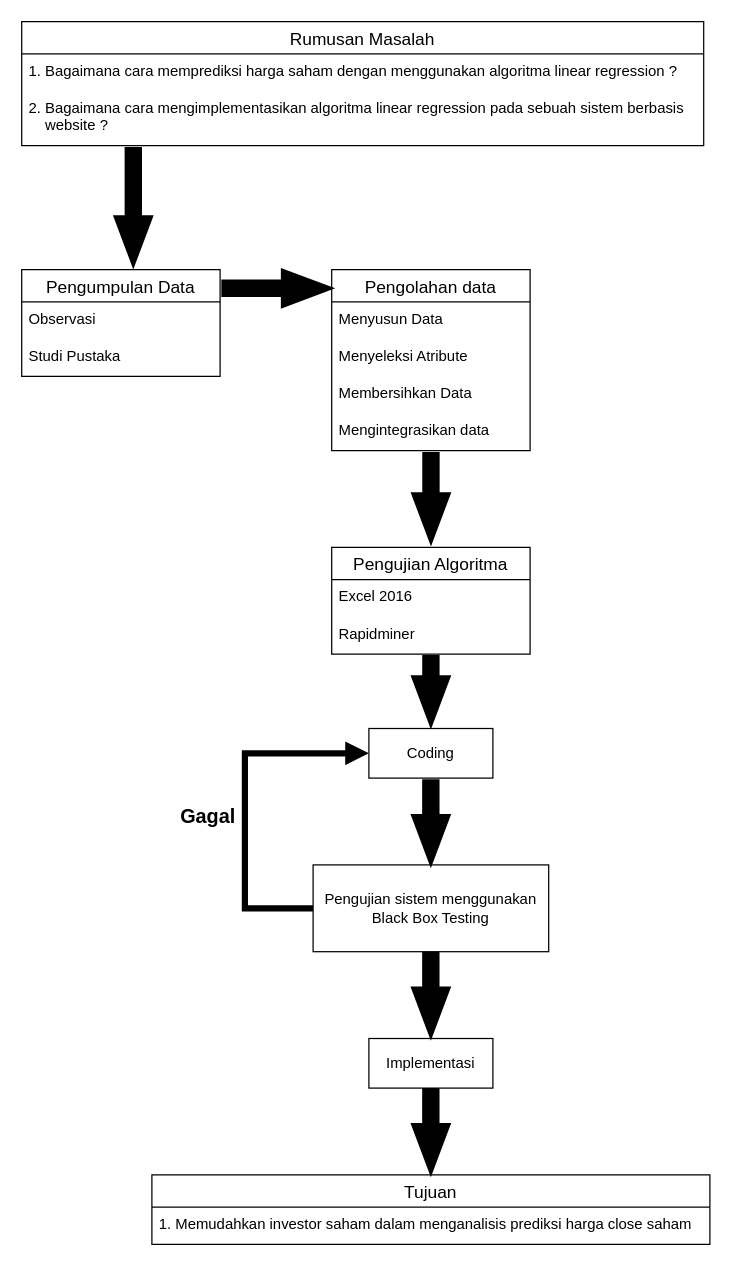
Earlier version of the draw.io diagram Untitled Diagram.drawio (andris0405/flowcharts-diagram). Source tidied: cells renumbered, new cells numbered last; positions are measured from the earlier drawing's top-left corner, leaving out a move shared by most shapes. Both pictures are drawn from the tidied source at 124%, with x=0, y=0 at pixel (21, 21).
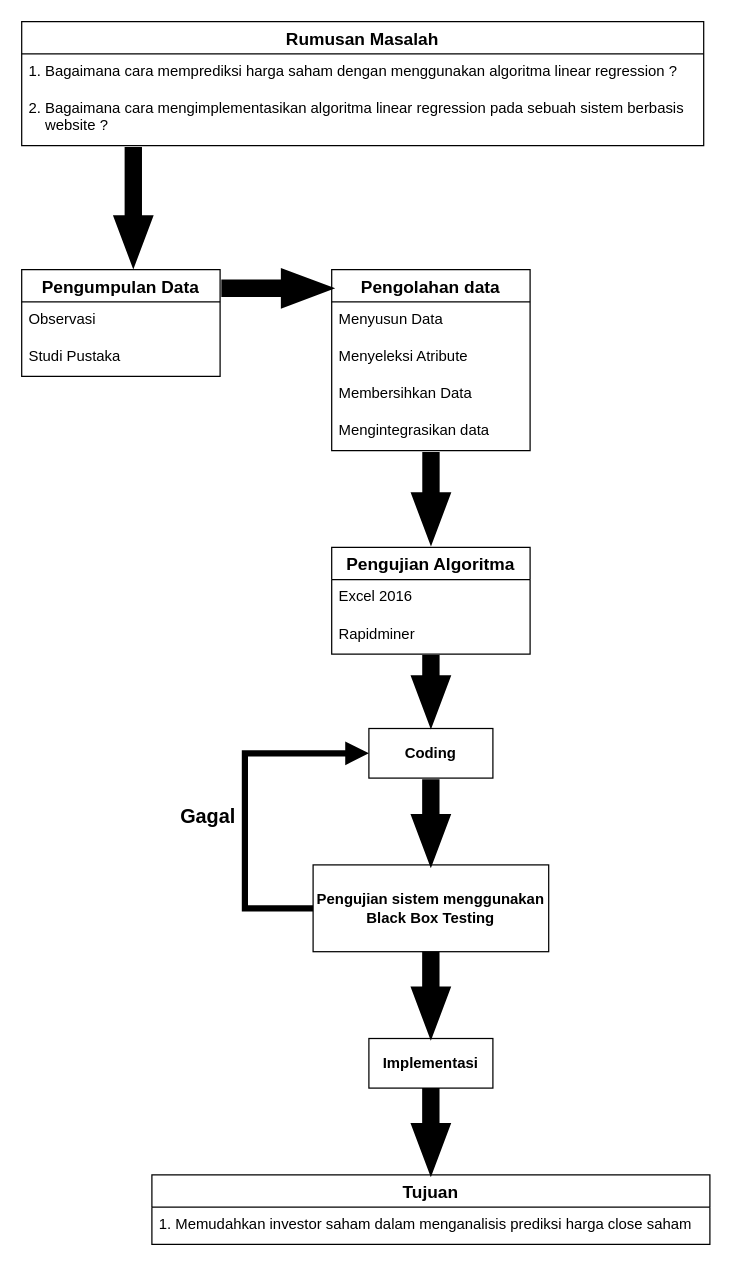
After the change.

The edit, as a diff of the source:
```diff
@@
-    <mxCell id="2" value="Rumusan Masalah" style="swimlane;fontStyle=0;horizontal=1;startSize=26;align=center;fontSize=14;" parent="1" vertex="1">
+    <mxCell id="2" value="Rumusan Masalah" style="swimlane;fontStyle=1;horizontal=1;startSize=26;align=center;fontSize=14;" parent="1" vertex="1">
       <mxGeometry width="550" height="100" as="geometry" />
     </mxCell>
@@
-    <mxCell id="5" value="Pengumpulan Data" style="swimlane;fontStyle=0;horizontal=1;startSize=26;align=center;fontSize=14;" parent="1" vertex="1">
+    <mxCell id="5" value="Pengumpulan Data" style="swimlane;fontStyle=1;horizontal=1;startSize=26;align=center;fontSize=14;" parent="1" vertex="1">
       <mxGeometry y="200" width="160" height="86" as="geometry" />
     </mxCell>
@@
-    <mxCell id="8" value="Pengolahan data" style="swimlane;fontStyle=0;horizontal=1;startSize=26;align=center;fontSize=14;" parent="1" vertex="1">
+    <mxCell id="8" value="Pengolahan data" style="swimlane;fontStyle=1;horizontal=1;startSize=26;align=center;fontSize=14;" parent="1" vertex="1">
       <mxGeometry x="250" y="200" width="160" height="146" as="geometry" />
     </mxCell>
@@
-    <mxCell id="13" value="Pengujian Algoritma" style="swimlane;fontStyle=0;horizontal=1;startSize=26;align=center;fontSize=14;" parent="1" vertex="1">
+    <mxCell id="13" value="Pengujian Algoritma" style="swimlane;fontStyle=1;horizontal=1;startSize=26;align=center;fontSize=14;" parent="1" vertex="1">
       <mxGeometry x="250" y="424" width="160" height="86" as="geometry" />
     </mxCell>
@@
-    <mxCell id="16" value="Coding" style="whiteSpace=wrap;html=1;align=center;" parent="1" vertex="1">
+    <mxCell id="16" value="&lt;b&gt;Coding&lt;/b&gt;" style="whiteSpace=wrap;html=1;align=center;" parent="1" vertex="1">
       <mxGeometry x="280" y="570" width="100" height="40" as="geometry" />
     </mxCell>
-    <mxCell id="17" value="Pengujian sistem menggunakan Black Box Testing" style="whiteSpace=wrap;html=1;align=center;" parent="1" vertex="1">
+    <mxCell id="17" value="&lt;b&gt;Pengujian sistem menggunakan Black Box Testing&lt;/b&gt;" style="whiteSpace=wrap;html=1;align=center;" parent="1" vertex="1">
       <mxGeometry x="235" y="680" width="190" height="70" as="geometry" />
     </mxCell>
-    <mxCell id="18" value="Implementasi" style="whiteSpace=wrap;html=1;align=center;" parent="1" vertex="1">
+    <mxCell id="18" value="&lt;b&gt;Implementasi&lt;/b&gt;" style="whiteSpace=wrap;html=1;align=center;" parent="1" vertex="1">
       <mxGeometry x="280" y="820" width="100" height="40" as="geometry" />
     </mxCell>
-    <mxCell id="19" value="Tujuan" style="swimlane;fontStyle=0;horizontal=1;startSize=26;align=center;fontSize=14;" parent="1" vertex="1">
+    <mxCell id="19" value="Tujuan" style="swimlane;fontStyle=1;horizontal=1;startSize=26;align=center;fontSize=14;" parent="1" vertex="1">
       <mxGeometry x="105" y="930" width="450" height="56" as="geometry" />
     </mxCell>
```
